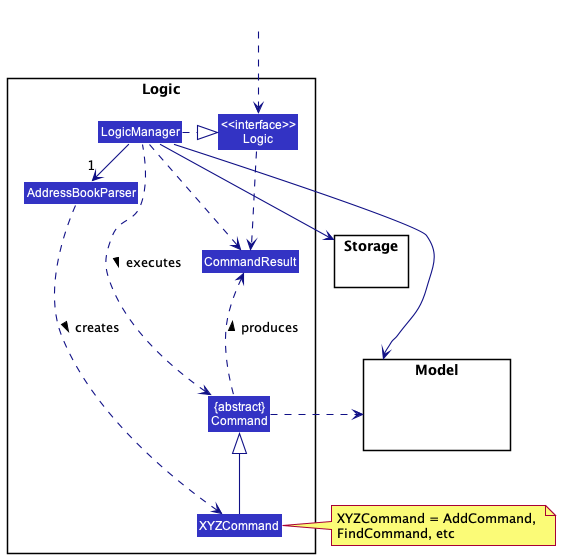
Earlier version of the PlantUML export docs/images/LogicClassDiagram.png (nus-cs2103-AY2223S2/tp).
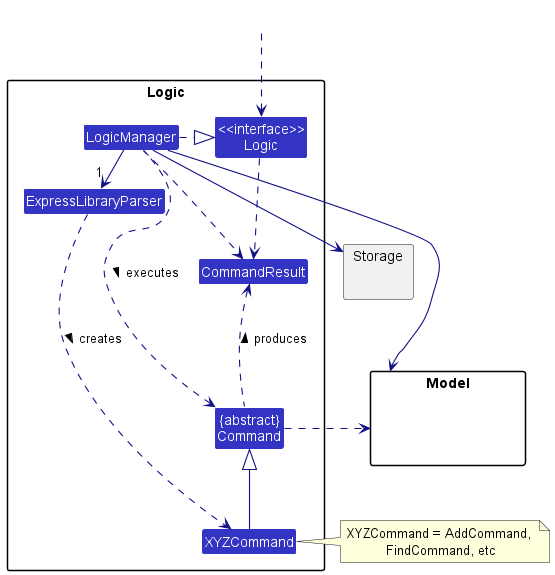
Above is the later version.

The edit, as a diff of the source:
```diff
@@ -6,7 +6,7 @@
 
 package Logic {
 
-Class AddressBookParser
+Class ExpressLibraryParser
 Class XYZCommand
 Class CommandResult
 Class "{abstract}\nCommand" as Command
@@ -27,8 +27,8 @@
 HiddenOutside ..> Logic
 
 LogicManager .right.|> Logic
-LogicManager -right->"1" AddressBookParser
-AddressBookParser ..> XYZCommand : creates >
+LogicManager -right->"1" ExpressLibraryParser
+ExpressLibraryParser ..> XYZCommand : creates >
 
 XYZCommand -up-|> Command
 LogicManager .left.> Command : executes >
```
